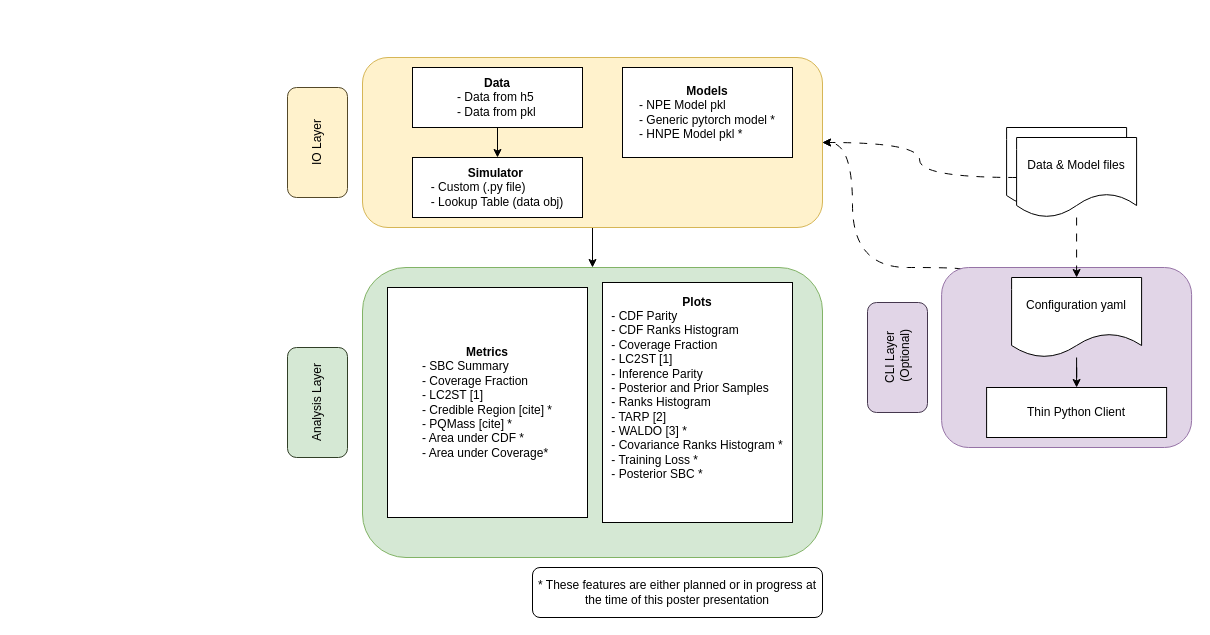
Above: images/poster-figure.drawio in voetberg/DeepDiagnostics (draw.io), before the change. Source tidied: cells renumbered, new cells numbered last; positions are measured from the earlier drawing's top-left corner, leaving out a move shared by most shapes. Both pictures are drawn from the tidied source at 100%, with x=0, y=0 at pixel (262, 57).
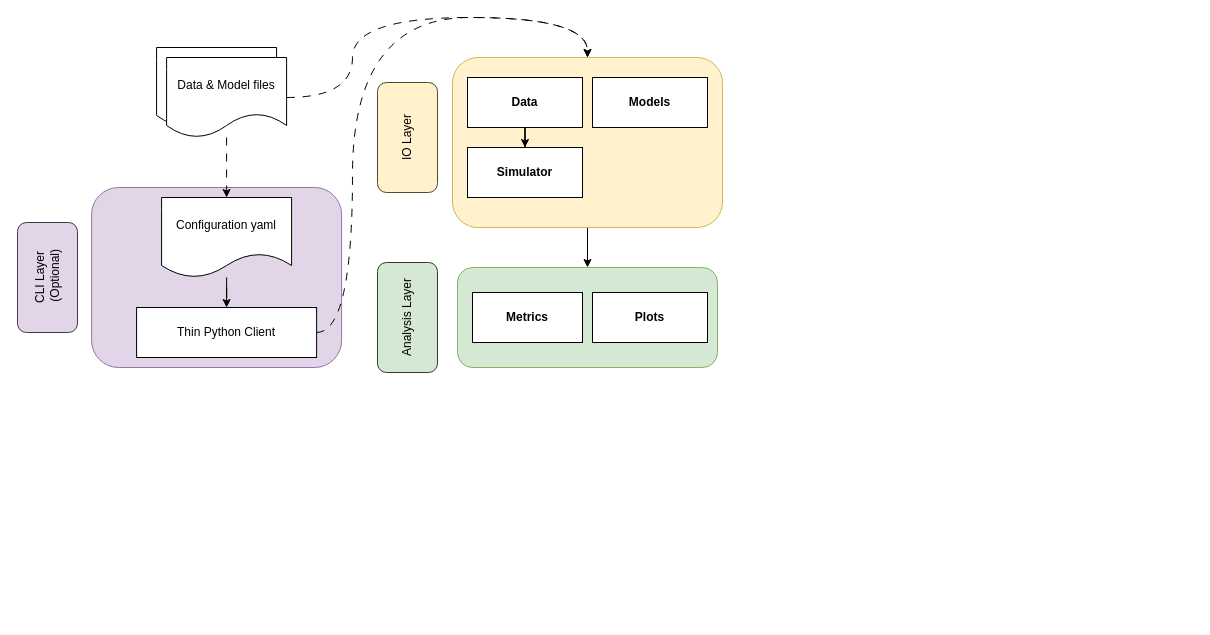
The same diagram, later.

Commit message:
Simplication without subfield info

The change refers to these unchanged cells:
```xml
<mxCell id="16" value="Data &amp;amp; Model files" style="shape=document;whiteSpace=wrap;html=1;boundedLbl=1;" parent="14" vertex="1">
  <mxGeometry x="10" y="10" width="120" height="80" as="geometry" />
</mxCell>
```

What changed in the source:
```diff
@@
     <mxCell id="2" style="rounded=1;whiteSpace=wrap;html=1;fillColor=#d5e8d4;strokeColor=#82b366;" parent="1" vertex="1">
-      <mxGeometry x="100" y="210" width="460" height="290" as="geometry" />
+      <mxGeometry x="195" y="210" width="260" height="100" as="geometry" />
     </mxCell>
-    <mxCell id="3" style="edgeStyle=orthogonalEdgeStyle;rounded=0;jettySize=auto;html=1;entryX=1;entryY=0.5;entryDx=0;entryDy=0;exitX=0.084;exitY=0.011;exitDx=0;exitDy=0;exitPerimeter=0;curved=1;dashed=1;dashPattern=8 8;" parent="1" edge="1" source="4" target="6">
-      <mxGeometry relative="1" as="geometry">
-        <Array as="points">
-          <mxPoint x="700" y="210" />
-          <mxPoint x="590" y="210" />
-          <mxPoint x="590" y="85" />
-        </Array>
-      </mxGeometry>
-    </mxCell>
     <mxCell id="4" style="rounded=1;whiteSpace=wrap;html=1;fillColor=#e1d5e7;strokeColor=#9673a6;" parent="1" vertex="1">
-      <mxGeometry x="679.1" y="210" width="250" height="180" as="geometry" />
+      <mxGeometry x="-170.9" y="130" width="250" height="180" as="geometry" />
     </mxCell>
@@
     <mxCell id="6" style="rounded=1;whiteSpace=wrap;html=1;fillColor=#fff2cc;strokeColor=#d6b656;" parent="1" vertex="1">
-      <mxGeometry x="100" width="460" height="170" as="geometry" />
+      <mxGeometry x="190" width="270" height="170" as="geometry" />
     </mxCell>
+    <mxCell id="25" style="edgeStyle=orthogonalEdgeStyle;rounded=0;jettySize=auto;html=1;entryX=0.5;entryY=0;entryDx=0;entryDy=0;curved=1;dashed=1;dashPattern=8 8;" parent="1" edge="1" source="7" target="6">
+      <mxGeometry relative="1" as="geometry">
+        <Array as="points">
+          <mxPoint x="90" y="275" />
+          <mxPoint x="90" y="-40" />
+          <mxPoint x="325" y="-40" />
+        </Array>
+      </mxGeometry>
+    </mxCell>
     <mxCell id="7" value="Thin Python Client" style="rounded=0;whiteSpace=wrap;html=1;" parent="1" vertex="1">
-      <mxGeometry x="724.1" y="330" width="180" height="50" as="geometry" />
+      <mxGeometry x="-125.9" y="250" width="180" height="50" as="geometry" />
     </mxCell>
@@
-    <mxCell id="9" value="&lt;div&gt;&lt;b&gt;Data&lt;/b&gt;&lt;/div&gt;&lt;div align=&quot;left&quot;&gt;- Data from h5&amp;nbsp;&lt;/div&gt;&lt;div align=&quot;left&quot;&gt;- Data from pkl&lt;/div&gt;" style="rounded=0;whiteSpace=wrap;html=1;" parent="1" vertex="1">
-      <mxGeometry x="150" y="10" width="170" height="60" as="geometry" />
+    <mxCell id="9" value="&lt;div&gt;&lt;b&gt;Data&lt;/b&gt;&lt;/div&gt;" style="rounded=0;whiteSpace=wrap;html=1;" parent="1" vertex="1">
+      <mxGeometry x="205" y="20" width="115" height="50" as="geometry" />
     </mxCell>
-    <mxCell id="10" value="&lt;div&gt;&lt;b&gt;Models&lt;/b&gt;&lt;/div&gt;&lt;div align=&quot;left&quot;&gt;- NPE Model pkl&lt;/div&gt;&lt;div align=&quot;left&quot;&gt;- Generic pytorch model *&lt;/div&gt;&lt;div align=&quot;left&quot;&gt;- HNPE Model pkl *&lt;/div&gt;" style="rounded=0;whiteSpace=wrap;html=1;" parent="1" vertex="1">
-      <mxGeometry x="360" y="10" width="170" height="90" as="geometry" />
+    <mxCell id="10" value="&lt;div&gt;&lt;b&gt;Models&lt;/b&gt;&lt;/div&gt;" style="rounded=0;whiteSpace=wrap;html=1;" parent="1" vertex="1">
+      <mxGeometry x="330" y="20" width="115" height="50" as="geometry" />
     </mxCell>
-    <mxCell id="11" value="&lt;div&gt;&lt;b&gt;Simulator&lt;/b&gt;&amp;nbsp;&lt;/div&gt;&lt;div align=&quot;left&quot;&gt;- Custom (.py file)&lt;/div&gt;&lt;div align=&quot;left&quot;&gt;- Lookup Table (data obj)&lt;/div&gt;" style="whiteSpace=wrap;html=1;rounded=0;" parent="1" vertex="1">
-      <mxGeometry x="150" y="100" width="170" height="60" as="geometry" />
+    <mxCell id="11" value="&lt;div&gt;&lt;b&gt;Simulator&lt;/b&gt;&lt;/div&gt;" style="whiteSpace=wrap;html=1;rounded=0;" parent="1" vertex="1">
+      <mxGeometry x="205" y="90" width="115" height="50" as="geometry" />
     </mxCell>
@@
     <mxCell id="13" value="Configuration yaml" style="shape=document;whiteSpace=wrap;html=1;boundedLbl=1;" parent="1" vertex="1">
-      <mxGeometry x="749.1" y="220" width="130" height="80" as="geometry" />
+      <mxGeometry x="-100.9" y="140" width="130" height="80" as="geometry" />
     </mxCell>
     <mxCell id="14" style="group;" parent="1" vertex="1">
-      <mxGeometry x="744.1" y="70" width="130" height="90" as="geometry" />
+      <mxGeometry x="-105.9" y="-10" width="130" height="90" as="geometry" />
     </mxCell>
@@
     <mxCell id="17" value="CLI Layer&lt;br&gt;&amp;nbsp;(Optional)" style="rounded=1;whiteSpace=wrap;html=1;rotation=-90;fillColor=#e1d5e7;strokeColor=light-dark(#45374e, #9577a3);" parent="1" vertex="1">
-      <mxGeometry x="580" y="270" width="110" height="60" as="geometry" />
+      <mxGeometry x="-270" y="190" width="110" height="60" as="geometry" />
     </mxCell>
     <mxCell id="18" value="IO Layer" style="rounded=1;whiteSpace=wrap;html=1;rotation=-90;fillColor=#fff2cc;strokeColor=light-dark(#534828, #6d5100);" parent="1" vertex="1">
-      <mxGeometry y="55" width="110" height="60" as="geometry" />
+      <mxGeometry x="90" y="50" width="110" height="60" as="geometry" />
     </mxCell>
     <mxCell id="19" value="Analysis Layer" style="rounded=1;whiteSpace=wrap;html=1;rotation=-90;fillColor=#d5e8d4;strokeColor=light-dark(#313f27, #446e2c);" parent="1" vertex="1">
-      <mxGeometry y="315" width="110" height="60" as="geometry" />
+      <mxGeometry x="90" y="230" width="110" height="60" as="geometry" />
     </mxCell>
-    <mxCell id="20" value="&lt;div&gt;&lt;b&gt;Plots&lt;/b&gt;&lt;/div&gt;&lt;div&gt;&lt;div align=&quot;left&quot;&gt;- CDF Parity&lt;/div&gt;&lt;div align=&quot;left&quot;&gt;- CDF Ranks Histogram&lt;/div&gt;&lt;div align=&quot;left&quot;&gt;- Coverage Fraction&amp;nbsp;&lt;/div&gt;&lt;div align=&quot;left&quot;&gt;- LC2ST [1]&lt;/div&gt;&lt;div align=&quot;left&quot;&gt;- Inference Parity&lt;/div&gt;&lt;div align=&quot;left&quot;&gt;- Posterior and Prior Samples&amp;nbsp;&lt;/div&gt;&lt;div align=&quot;left&quot;&gt;- Ranks Histogram&lt;/div&gt;&lt;div align=&quot;left&quot;&gt;- TARP [2]&lt;/div&gt;&lt;div align=&quot;left&quot;&gt;- WALDO [3] *&amp;nbsp;&lt;/div&gt;&lt;div align=&quot;left&quot;&gt;- Covariance Ranks Histogram *&lt;/div&gt;&lt;div align=&quot;left&quot;&gt;- Training Loss *&amp;nbsp;&lt;/div&gt;&lt;div align=&quot;left&quot;&gt;- Posterior SBC *&lt;/div&gt;&lt;br&gt;&lt;br&gt;&lt;/div&gt;" style="rounded=0;whiteSpace=wrap;html=1;" parent="1" vertex="1">
-      <mxGeometry x="340" y="225" width="190" height="240" as="geometry" />
+    <mxCell id="20" value="&lt;div&gt;&lt;b&gt;Plots&lt;/b&gt;&lt;/div&gt;" style="rounded=0;whiteSpace=wrap;html=1;" parent="1" vertex="1">
+      <mxGeometry x="330" y="235" width="115" height="50" as="geometry" />
     </mxCell>
-    <mxCell id="21" value="&lt;div&gt;&lt;b&gt;Metrics&lt;/b&gt;&lt;/div&gt;&lt;div align=&quot;left&quot;&gt;- SBC Summary&lt;/div&gt;&lt;div align=&quot;left&quot;&gt;- Coverage Fraction&amp;nbsp;&lt;/div&gt;&lt;div align=&quot;left&quot;&gt;- LC2ST [1]&lt;/div&gt;&lt;div align=&quot;left&quot;&gt;- Credible Region [cite] *&lt;/div&gt;&lt;div align=&quot;left&quot;&gt;- PQMass [cite] *&lt;/div&gt;&lt;div align=&quot;left&quot;&gt;- Area under CDF *&lt;/div&gt;&lt;div align=&quot;left&quot;&gt;- Area under Coverage*&amp;nbsp;&lt;/div&gt;" style="rounded=0;whiteSpace=wrap;html=1;" parent="1" vertex="1">
-      <mxGeometry x="125" y="230" width="200" height="230" as="geometry" />
+    <mxCell id="21" value="&lt;div&gt;&lt;b&gt;Metrics&lt;/b&gt;&lt;/div&gt;" style="rounded=0;whiteSpace=wrap;html=1;" parent="1" vertex="1">
+      <mxGeometry x="210" y="235" width="110" height="50" as="geometry" />
     </mxCell>
-    <mxCell id="22" value="* These features are either planned or in progress at the time of this poster presentation" style="rounded=1;whiteSpace=wrap;html=1;" parent="1" vertex="1">
-      <mxGeometry x="270" y="510" width="290" height="50" as="geometry" />
-    </mxCell>
@@
     <mxCell id="24" style="edgeStyle=orthogonalEdgeStyle;rounded=0;jettySize=auto;html=1;curved=1;dashed=1;dashPattern=8 8;" parent="1" edge="1" source="16" target="6">
-      <mxGeometry relative="1" as="geometry" />
+      <mxGeometry relative="1" as="geometry">
+        <Array as="points">
+          <mxPoint x="90" y="40" />
+          <mxPoint x="90" y="-40" />
+          <mxPoint x="325" y="-40" />
+        </Array>
+      </mxGeometry>
     </mxCell>
+    <mxCell id="26" style="edgeStyle=orthogonalEdgeStyle;rounded=0;orthogonalLoop=1;jettySize=auto;html=1;exitX=0.5;exitY=1;exitDx=0;exitDy=0;" parent="1" edge="1" source="21" target="21">
+      <mxGeometry relative="1" as="geometry" />
+    </mxCell>
```
